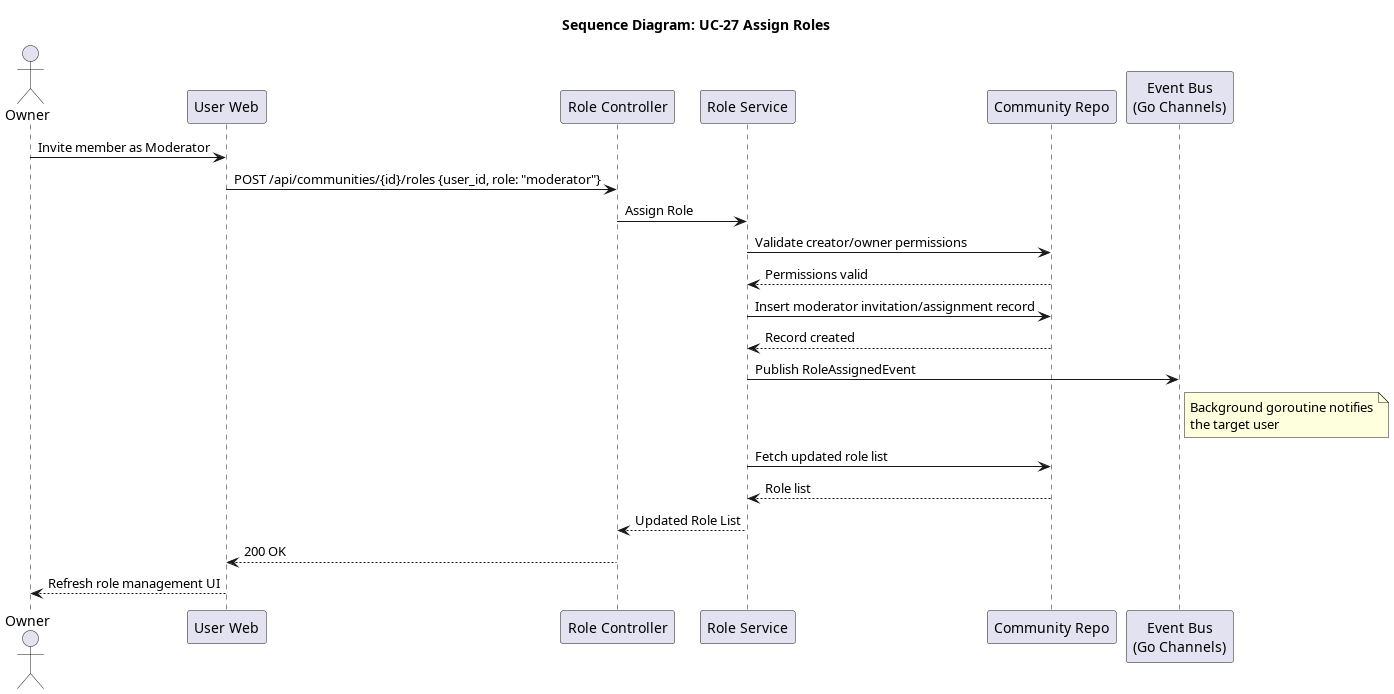
The PlantUML diagram docs/srs_add/SAD/diagrams/seq_27_assign_roles.png in giakiet05/lkforum-new, before a commit. Source of this version:
```plantuml
@startuml seq_27_assign_roles
title Sequence Diagram: UC-27 Assign Roles

actor Owner
participant "User Web" as Frontend
participant "Role Controller" as Controller
participant "Role Service" as Service
participant "Community Repo" as Repo
participant "Event Bus\n(Go Channels)" as EventBus

Owner -> Frontend: Invite member as Moderator
Frontend -> Controller: POST /api/communities/{id}/roles {user_id, role: "moderator"}
Controller -> Service: Assign Role
Service -> Repo: Validate creator/owner permissions
Repo --> Service: Permissions valid

Service -> Repo: Insert moderator invitation/assignment record
Repo --> Service: Record created

Service -> EventBus: Publish RoleAssignedEvent
note right of EventBus
  Background goroutine notifies
  the target user
end note

Service -> Repo: Fetch updated role list
Repo --> Service: Role list
Service --> Controller: Updated Role List
Controller --> Frontend: 200 OK
Frontend --> Owner: Refresh role management UI
@enduml
```
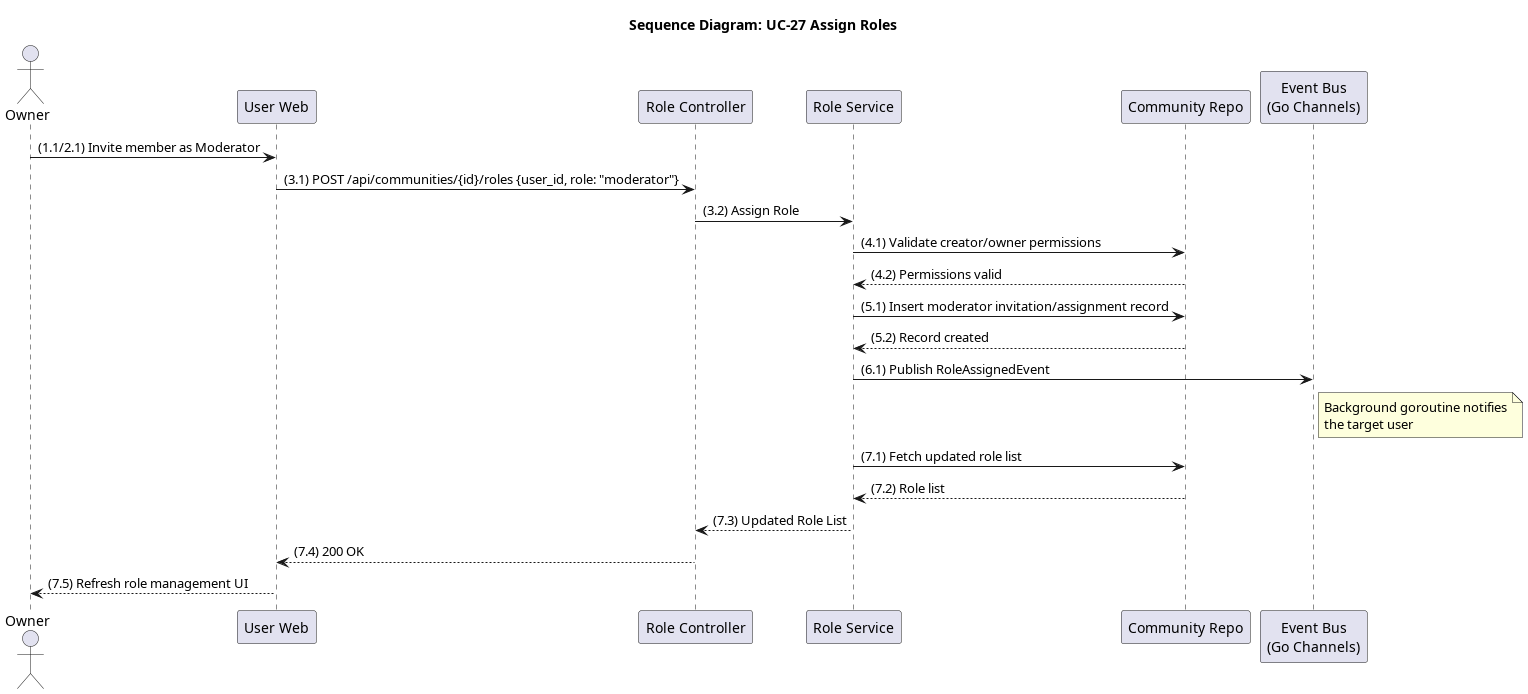
The same diagram one commit later.

Change to the diagram source:
```diff
@@ -8,24 +8,24 @@
 participant "Community Repo" as Repo
 participant "Event Bus\n(Go Channels)" as EventBus
 
-Owner -> Frontend: Invite member as Moderator
-Frontend -> Controller: POST /api/communities/{id}/roles {user_id, role: "moderator"}
-Controller -> Service: Assign Role
-Service -> Repo: Validate creator/owner permissions
-Repo --> Service: Permissions valid
+Owner -> Frontend: (1.1/2.1) Invite member as Moderator
+Frontend -> Controller: (3.1) POST /api/communities/{id}/roles {user_id, role: "moderator"}
+Controller -> Service: (3.2) Assign Role
+Service -> Repo: (4.1) Validate creator/owner permissions
+Repo --> Service: (4.2) Permissions valid
 
-Service -> Repo: Insert moderator invitation/assignment record
-Repo --> Service: Record created
+Service -> Repo: (5.1) Insert moderator invitation/assignment record
+Repo --> Service: (5.2) Record created
 
-Service -> EventBus: Publish RoleAssignedEvent
+Service -> EventBus: (6.1) Publish RoleAssignedEvent
 note right of EventBus
   Background goroutine notifies
   the target user
 end note
 
-Service -> Repo: Fetch updated role list
-Repo --> Service: Role list
-Service --> Controller: Updated Role List
-Controller --> Frontend: 200 OK
-Frontend --> Owner: Refresh role management UI
+Service -> Repo: (7.1) Fetch updated role list
+Repo --> Service: (7.2) Role list
+Service --> Controller: (7.3) Updated Role List
+Controller --> Frontend: (7.4) 200 OK
+Frontend --> Owner: (7.5) Refresh role management UI
 @enduml
```
